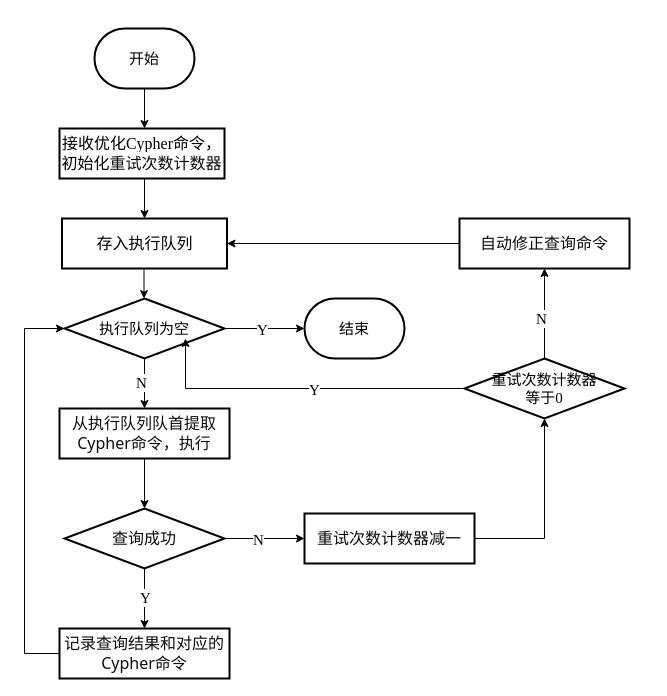
The draw.io diagram 智能问答系统中的查询处理和错误处理策略.drawio in sjgcsf/software_engineering, before the edit. Source tidied: cells renumbered, new cells numbered last; positions are measured from the earlier drawing's top-left corner, leaving out a move shared by most shapes. Both pictures are drawn from the tidied source at 100%, with x=0, y=0 at pixel (24, 28).
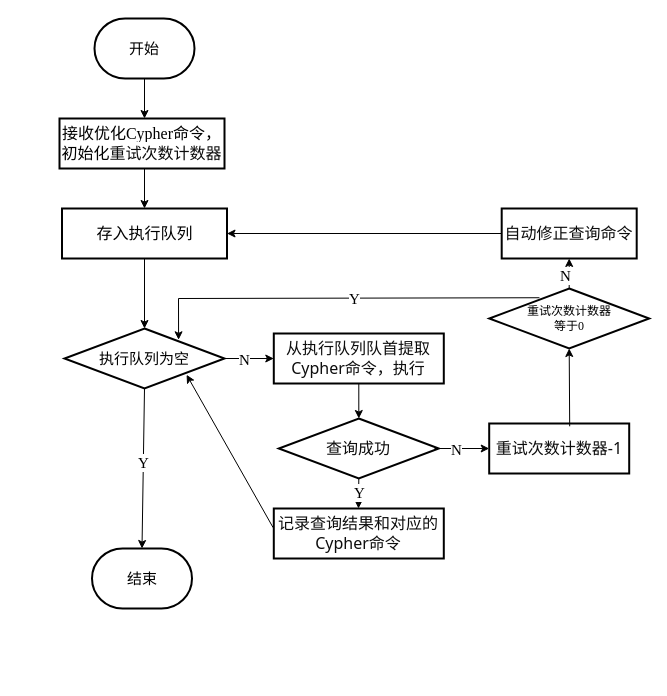
After the change.

Commit message:
更新智能问答系统中的查询处理和错误处理策略.drawio

What changed in the source:
```diff
@@
     <mxCell id="2" value="&lt;font face=&quot;Times New Roman&quot; style=&quot;font-size: 15px;&quot;&gt;开始&lt;/font&gt;" style="strokeWidth=2;html=1;shape=mxgraph.flowchart.terminator;whiteSpace=wrap;" parent="1" vertex="1">
-      <mxGeometry x="70" width="100" height="60" as="geometry" />
+      <mxGeometry x="70" y="-10" width="100" height="60" as="geometry" />
     </mxCell>
     <mxCell id="3" style="endArrow=classic;html=1;rounded=0;exitX=0.5;exitY=1;exitDx=0;exitDy=0;exitPerimeter=0;entryX=0.5;entryY=0;entryDx=0;entryDy=0;" parent="1" edge="1" source="2">
       <mxGeometry relative="1" as="geometry">
-        <mxPoint x="120" y="100" as="targetPoint" />
+        <mxPoint x="120" y="90" as="targetPoint" />
       </mxGeometry>
     </mxCell>
     <mxCell id="4" value="&lt;font face=&quot;Times New Roman&quot; style=&quot;font-size: 15px;&quot;&gt;执行队列为空&lt;/font&gt;" style="strokeWidth=2;html=1;shape=mxgraph.flowchart.decision;whiteSpace=wrap;strokeColor=default;align=center;verticalAlign=middle;fontFamily=Helvetica;fontSize=12;fontColor=default;fillColor=default;" parent="1" vertex="1">
-      <mxGeometry x="40" y="270" width="160" height="60" as="geometry" />
+      <mxGeometry x="40" y="300" width="160" height="60" as="geometry" />
     </mxCell>
-    <mxCell id="5" style="endArrow=classic;html=1;rounded=0;exitX=0.5;exitY=1;exitDx=0;exitDy=0;exitPerimeter=0;entryX=0.5;entryY=0;entryDx=0;entryDy=0;" parent="1" edge="1">
-      <mxGeometry relative="1" as="geometry">
-        <mxPoint x="119.5" y="220" as="sourcePoint" />
-        <mxPoint x="119.5" y="270" as="targetPoint" />
-      </mxGeometry>
-    </mxCell>
@@
-    <mxCell id="7" style="endArrow=classic;html=1;rounded=0;exitX=1;exitY=0.5;exitDx=0;exitDy=0;exitPerimeter=0;entryX=0;entryY=0.5;entryDx=0;entryDy=0;entryPerimeter=0;" parent="1" edge="1" source="4" target="18">
+    <mxCell id="7" style="endArrow=classic;html=1;rounded=0;entryX=0.5;entryY=0;entryDx=0;entryDy=0;entryPerimeter=0;exitX=0.5;exitY=1;exitDx=0;exitDy=0;exitPerimeter=0;" parent="1" edge="1" source="4" target="18">
       <mxGeometry relative="1" as="geometry" />
     </mxCell>
@@
-    <mxCell id="9" style="endArrow=classic;html=1;rounded=0;exitX=0.5;exitY=1;exitDx=0;exitDy=0;exitPerimeter=0;endFill=1;entryX=0.5;entryY=0;entryDx=0;entryDy=0;" parent="1" edge="1" source="4" target="11">
+    <mxCell id="9" style="endArrow=classic;html=1;rounded=0;exitX=1;exitY=0.5;exitDx=0;exitDy=0;exitPerimeter=0;endFill=1;entryX=0;entryY=0.5;entryDx=0;entryDy=0;" parent="1" edge="1" source="4" target="11">
       <mxGeometry relative="1" as="geometry" />
     </mxCell>
@@
     <mxCell id="11" value="&lt;span style=&quot;color: rgb(13, 13, 13); font-family: Söhne, ui-sans-serif, system-ui, -apple-system, &amp;quot;Segoe UI&amp;quot;, Roboto, Ubuntu, Cantarell, &amp;quot;Noto Sans&amp;quot;, sans-serif, &amp;quot;Helvetica Neue&amp;quot;, Arial, &amp;quot;Apple Color Emoji&amp;quot;, &amp;quot;Segoe UI Emoji&amp;quot;, &amp;quot;Segoe UI Symbol&amp;quot;, &amp;quot;Noto Color Emoji&amp;quot;; font-size: 16px; text-align: left; white-space-collapse: preserve; background-color: rgb(255, 255, 255);&quot;&gt;从执行队列队首提取Cypher命令，执行&lt;/span&gt;" style="rounded=0;whiteSpace=wrap;html=1;strokeColor=default;strokeWidth=2;align=center;verticalAlign=middle;fontFamily=Helvetica;fontSize=12;fontColor=default;fillColor=default;" parent="1" vertex="1">
-      <mxGeometry x="35" y="380" width="170" height="50" as="geometry" />
+      <mxGeometry x="249.3" y="305" width="170" height="50" as="geometry" />
     </mxCell>
     <mxCell id="12" value="&lt;span style=&quot;color: rgb(13, 13, 13); font-family: Söhne, ui-sans-serif, system-ui, -apple-system, &amp;quot;Segoe UI&amp;quot;, Roboto, Ubuntu, Cantarell, &amp;quot;Noto Sans&amp;quot;, sans-serif, &amp;quot;Helvetica Neue&amp;quot;, Arial, &amp;quot;Apple Color Emoji&amp;quot;, &amp;quot;Segoe UI Emoji&amp;quot;, &amp;quot;Segoe UI Symbol&amp;quot;, &amp;quot;Noto Color Emoji&amp;quot;; font-size: 16px; text-align: left; white-space-collapse: preserve; background-color: rgb(255, 255, 255);&quot;&gt;查询成功&lt;/span&gt;" style="strokeWidth=2;html=1;shape=mxgraph.flowchart.decision;whiteSpace=wrap;strokeColor=default;align=center;verticalAlign=middle;fontFamily=Helvetica;fontSize=12;fontColor=default;fillColor=default;" parent="1" vertex="1">
-      <mxGeometry x="40" y="480" width="160" height="60" as="geometry" />
+      <mxGeometry x="254.3" y="390" width="160" height="60" as="geometry" />
     </mxCell>
     <mxCell id="13" style="endArrow=classic;html=1;rounded=0;exitX=0.5;exitY=1;exitDx=0;exitDy=0;exitPerimeter=0;" parent="1" edge="1" source="12">
       <mxGeometry relative="1" as="geometry">
-        <mxPoint x="120" y="600" as="targetPoint" />
+        <mxPoint x="334" y="480" as="targetPoint" />
       </mxGeometry>
     </mxCell>
@@
     <mxCell id="15" value="&lt;font face=&quot;Times New Roman&quot;&gt;&lt;span style=&quot;font-size: 16px;&quot;&gt;存入执行队列&lt;/span&gt;&lt;/font&gt;" style="rounded=0;whiteSpace=wrap;html=1;strokeColor=default;strokeWidth=2;align=center;verticalAlign=middle;fontFamily=Helvetica;fontSize=12;fontColor=default;fillColor=default;" parent="1" vertex="1">
-      <mxGeometry x="37.5" y="190" width="165" height="50" as="geometry" />
+      <mxGeometry x="37.5" y="180" width="165" height="50" as="geometry" />
     </mxCell>
     <mxCell id="16" style="endArrow=classic;html=1;rounded=0;exitX=0.5;exitY=1;exitDx=0;exitDy=0;entryX=0.5;entryY=0;entryDx=0;entryDy=0;" parent="1" edge="1" target="15">
       <mxGeometry relative="1" as="geometry">
-        <mxPoint x="120" y="150" as="sourcePoint" />
+        <mxPoint x="120" y="140" as="sourcePoint" />
       </mxGeometry>
     </mxCell>
     <mxCell id="17" value="&lt;font face=&quot;Times New Roman&quot;&gt;&lt;span style=&quot;font-size: 16px;&quot;&gt;接收优化Cypher命令，&lt;/span&gt;&lt;/font&gt;&lt;font style=&quot;background-color: initial;&quot; face=&quot;Times New Roman&quot;&gt;&lt;span style=&quot;font-size: 16px;&quot;&gt;初始化&lt;/span&gt;&lt;/font&gt;&lt;span style=&quot;white-space-collapse: preserve; color: rgb(13, 13, 13); font-family: Söhne, ui-sans-serif, system-ui, -apple-system, &amp;quot;Segoe UI&amp;quot;, Roboto, Ubuntu, Cantarell, &amp;quot;Noto Sans&amp;quot;, sans-serif, &amp;quot;Helvetica Neue&amp;quot;, Arial, &amp;quot;Apple Color Emoji&amp;quot;, &amp;quot;Segoe UI Emoji&amp;quot;, &amp;quot;Segoe UI Symbol&amp;quot;, &amp;quot;Noto Color Emoji&amp;quot;; font-size: 16px; text-align: left; background-color: rgb(255, 255, 255);&quot;&gt;重试次数计数器&lt;/span&gt;" style="rounded=0;whiteSpace=wrap;html=1;strokeColor=default;strokeWidth=2;align=center;verticalAlign=middle;fontFamily=Helvetica;fontSize=12;fontColor=default;fillColor=default;" parent="1" vertex="1">
-      <mxGeometry x="35" y="100" width="165" height="50" as="geometry" />
+      <mxGeometry x="35" y="90" width="165" height="50" as="geometry" />
     </mxCell>
     <mxCell id="18" value="&lt;font face=&quot;Times New Roman&quot; style=&quot;font-size: 15px;&quot;&gt;结束&lt;/font&gt;" style="strokeWidth=2;html=1;shape=mxgraph.flowchart.terminator;whiteSpace=wrap;" parent="1" vertex="1">
-      <mxGeometry x="280" y="270" width="100" height="60" as="geometry" />
+      <mxGeometry x="67.5" y="520" width="100" height="60" as="geometry" />
     </mxCell>
     <mxCell id="19" value="&lt;div style=&quot;&quot;&gt;&lt;span style=&quot;color: rgb(13, 13, 13); font-family: Söhne, ui-sans-serif, system-ui, -apple-system, &amp;quot;Segoe UI&amp;quot;, Roboto, Ubuntu, Cantarell, &amp;quot;Noto Sans&amp;quot;, sans-serif, &amp;quot;Helvetica Neue&amp;quot;, Arial, &amp;quot;Apple Color Emoji&amp;quot;, &amp;quot;Segoe UI Emoji&amp;quot;, &amp;quot;Segoe UI Symbol&amp;quot;, &amp;quot;Noto Color Emoji&amp;quot;; font-size: 16px; white-space-collapse: preserve; background-color: initial;&quot;&gt;记录&lt;/span&gt;&lt;span style=&quot;color: rgb(13, 13, 13); font-family: Söhne, ui-sans-serif, system-ui, -apple-system, &amp;quot;Segoe UI&amp;quot;, Roboto, Ubuntu, Cantarell, &amp;quot;Noto Sans&amp;quot;, sans-serif, &amp;quot;Helvetica Neue&amp;quot;, Arial, &amp;quot;Apple Color Emoji&amp;quot;, &amp;quot;Segoe UI Emoji&amp;quot;, &amp;quot;Segoe UI Symbol&amp;quot;, &amp;quot;Noto Color Emoji&amp;quot;; background-color: initial; font-size: 16px; white-space-collapse: preserve;&quot;&gt;查询结果和对应的Cypher命令&lt;/span&gt;&lt;/div&gt;" style="rounded=0;whiteSpace=wrap;html=1;strokeColor=default;strokeWidth=2;align=center;verticalAlign=middle;fontFamily=Helvetica;fontSize=12;fontColor=default;fillColor=default;" parent="1" vertex="1">
-      <mxGeometry x="35" y="600" width="170" height="50" as="geometry" />
+      <mxGeometry x="249.3" y="480" width="170" height="50" as="geometry" />
     </mxCell>
-    <mxCell id="20" style="endArrow=classic;html=1;rounded=0;exitX=0;exitY=0.5;exitDx=0;exitDy=0;entryX=0;entryY=0.5;entryDx=0;entryDy=0;entryPerimeter=0;" parent="1" edge="1" source="19" target="4">
-      <mxGeometry relative="1" as="geometry">
-        <Array as="points">
-          <mxPoint y="625" />
-          <mxPoint y="300" />
-        </Array>
-      </mxGeometry>
-    </mxCell>
-    <mxCell id="21" style="endArrow=classic;html=1;rounded=0;exitX=1;exitY=0.5;exitDx=0;exitDy=0;exitPerimeter=0;endFill=1;" parent="1" edge="1" source="12">
+    <mxCell id="21" style="endArrow=classic;html=1;rounded=0;endFill=1;entryX=0;entryY=0.5;entryDx=0;entryDy=0;entryPerimeter=0;" parent="1" edge="1" target="23">
       <mxGeometry relative="1" as="geometry">
-        <mxPoint x="280" y="510" as="targetPoint" />
+        <mxPoint x="410" y="420" as="sourcePoint" />
       </mxGeometry>
     </mxCell>
@@
-    <mxCell id="23" value="&lt;div style=&quot;text-align: left;&quot;&gt;&lt;span style=&quot;background-color: initial; font-size: 16px; white-space-collapse: preserve;&quot;&gt;&lt;font face=&quot;Söhne, ui-sans-serif, system-ui, -apple-system, Segoe UI, Roboto, Ubuntu, Cantarell, Noto Sans, sans-serif, Helvetica Neue, Arial, Apple Color Emoji, Segoe UI Emoji, Segoe UI Symbol, Noto Color Emoji&quot; color=&quot;#0d0d0d&quot;&gt;重试次数计数器减一&lt;/font&gt;&lt;/span&gt;&lt;/div&gt;" style="rounded=0;whiteSpace=wrap;html=1;strokeColor=default;strokeWidth=2;align=center;verticalAlign=middle;fontFamily=Helvetica;fontSize=12;fontColor=default;fillColor=default;" parent="1" vertex="1">
-      <mxGeometry x="280" y="485" width="170" height="50" as="geometry" />
+    <mxCell id="23" value="&lt;div style=&quot;text-align: left;&quot;&gt;&lt;span style=&quot;background-color: initial; font-size: 16px; white-space-collapse: preserve;&quot;&gt;&lt;font face=&quot;Söhne, ui-sans-serif, system-ui, -apple-system, Segoe UI, Roboto, Ubuntu, Cantarell, Noto Sans, sans-serif, Helvetica Neue, Arial, Apple Color Emoji, Segoe UI Emoji, Segoe UI Symbol, Noto Color Emoji&quot; color=&quot;#0d0d0d&quot;&gt;重试次数计数器-1&lt;/font&gt;&lt;/span&gt;&lt;/div&gt;" style="rounded=0;whiteSpace=wrap;html=1;strokeColor=default;strokeWidth=2;align=center;verticalAlign=middle;fontFamily=Helvetica;fontSize=12;fontColor=default;fillColor=default;" parent="1" vertex="1">
+      <mxGeometry x="464.7" y="395" width="140" height="50" as="geometry" />
     </mxCell>
-    <mxCell id="24" value="&lt;font face=&quot;Times New Roman&quot;&gt;&lt;span style=&quot;font-size: 15px;&quot;&gt;重试次数计数器&lt;/span&gt;&lt;/font&gt;&lt;div&gt;&lt;font face=&quot;Times New Roman&quot;&gt;&lt;span style=&quot;font-size: 15px;&quot;&gt;等于0&lt;/span&gt;&lt;/font&gt;&lt;br&gt;&lt;/div&gt;" style="strokeWidth=2;html=1;shape=mxgraph.flowchart.decision;whiteSpace=wrap;strokeColor=default;align=center;verticalAlign=middle;fontFamily=Helvetica;fontSize=12;fontColor=default;fillColor=default;" parent="1" vertex="1">
-      <mxGeometry x="440" y="330" width="160" height="60" as="geometry" />
+    <mxCell id="24" value="&lt;font style=&quot;font-size: 12px;&quot; face=&quot;Times New Roman&quot;&gt;重试次数计数器&lt;/font&gt;&lt;div style=&quot;&quot;&gt;&lt;font style=&quot;font-size: 12px;&quot; face=&quot;Times New Roman&quot;&gt;等于0&lt;/font&gt;&lt;br&gt;&lt;/div&gt;" style="strokeWidth=2;html=1;shape=mxgraph.flowchart.decision;whiteSpace=wrap;strokeColor=default;align=center;verticalAlign=middle;fontFamily=Helvetica;fontSize=12;fontColor=default;fillColor=default;" parent="1" vertex="1">
+      <mxGeometry x="464.7" y="260" width="160" height="60" as="geometry" />
     </mxCell>
-    <mxCell id="25" style="endArrow=classic;html=1;rounded=0;exitX=1;exitY=0.5;exitDx=0;exitDy=0;entryX=0.5;entryY=1;entryDx=0;entryDy=0;entryPerimeter=0;" parent="1" edge="1" source="23" target="24">
-      <mxGeometry relative="1" as="geometry">
-        <Array as="points">
-          <mxPoint x="520" y="510" />
-        </Array>
-      </mxGeometry>
-    </mxCell>
-    <mxCell id="26" style="endArrow=classic;html=1;rounded=0;exitX=0;exitY=0.5;exitDx=0;exitDy=0;exitPerimeter=0;" parent="1" edge="1" source="24">
-      <mxGeometry relative="1" as="geometry">
-        <mxPoint x="161" y="310" as="targetPoint" />
-        <Array as="points">
-          <mxPoint x="161" y="360" />
-        </Array>
-      </mxGeometry>
-    </mxCell>
-    <mxCell id="27" value="&lt;font face=&quot;Times New Roman&quot; style=&quot;font-size: 15px;&quot;&gt;Y&lt;/font&gt;" style="edgeLabel;html=1;align=center;verticalAlign=middle;" parent="26" vertex="1">
-      <mxGeometry x="-0.08" relative="1" as="geometry" />
-    </mxCell>
     <mxCell id="28" value="&lt;div style=&quot;text-align: left;&quot;&gt;&lt;span style=&quot;background-color: initial; font-size: 16px; white-space-collapse: preserve;&quot;&gt;&lt;font face=&quot;Söhne, ui-sans-serif, system-ui, -apple-system, Segoe UI, Roboto, Ubuntu, Cantarell, Noto Sans, sans-serif, Helvetica Neue, Arial, Apple Color Emoji, Segoe UI Emoji, Segoe UI Symbol, Noto Color Emoji&quot; color=&quot;#0d0d0d&quot;&gt;自动修正查询命令&lt;/font&gt;&lt;/span&gt;&lt;/div&gt;" style="rounded=0;whiteSpace=wrap;html=1;strokeColor=default;strokeWidth=2;align=center;verticalAlign=middle;fontFamily=Helvetica;fontSize=12;fontColor=default;fillColor=default;" parent="1" vertex="1">
-      <mxGeometry x="435" y="190" width="170" height="50" as="geometry" />
+      <mxGeometry x="477.2" y="180" width="135" height="50" as="geometry" />
     </mxCell>
@@
+    <mxCell id="32" style="endArrow=classic;html=1;rounded=0;exitX=0.5;exitY=1;exitDx=0;exitDy=0;entryX=0.5;entryY=0;entryDx=0;entryDy=0;entryPerimeter=0;" parent="1" edge="1" source="15" target="4">
+      <mxGeometry relative="1" as="geometry" />
+    </mxCell>
+    <mxCell id="20" style="endArrow=classic;html=1;rounded=0;exitX=-0.004;exitY=0.382;exitDx=0;exitDy=0;exitPerimeter=0;entryX=0.763;entryY=0.771;entryDx=0;entryDy=0;entryPerimeter=0;" parent="1" edge="1" source="19" target="4">
+      <mxGeometry relative="1" as="geometry" />
+    </mxCell>
+    <mxCell id="25" style="endArrow=classic;html=1;rounded=0;exitX=0.575;exitY=0.056;exitDx=0;exitDy=0;exitPerimeter=0;entryX=0.5;entryY=1;entryDx=0;entryDy=0;entryPerimeter=0;" parent="1" edge="1" source="23" target="24">
+      <mxGeometry relative="1" as="geometry" />
+    </mxCell>
+    <mxCell id="33" style="endArrow=classic;html=1;rounded=0;entryX=0.713;entryY=0.188;entryDx=0;entryDy=0;entryPerimeter=0;exitX=0.314;exitY=0.154;exitDx=0;exitDy=0;exitPerimeter=0;" parent="1" edge="1" source="24" target="4">
+      <mxGeometry relative="1" as="geometry">
+        <Array as="points">
+          <mxPoint x="154" y="270" />
+        </Array>
+      </mxGeometry>
+    </mxCell>
+    <mxCell id="27" value="&lt;font face=&quot;Times New Roman&quot; style=&quot;font-size: 15px;&quot;&gt;Y&lt;/font&gt;" style="edgeLabel;html=1;align=center;verticalAlign=middle;" parent="33" vertex="1">
+      <mxGeometry x="-0.08" relative="1" as="geometry" />
+    </mxCell>
```
